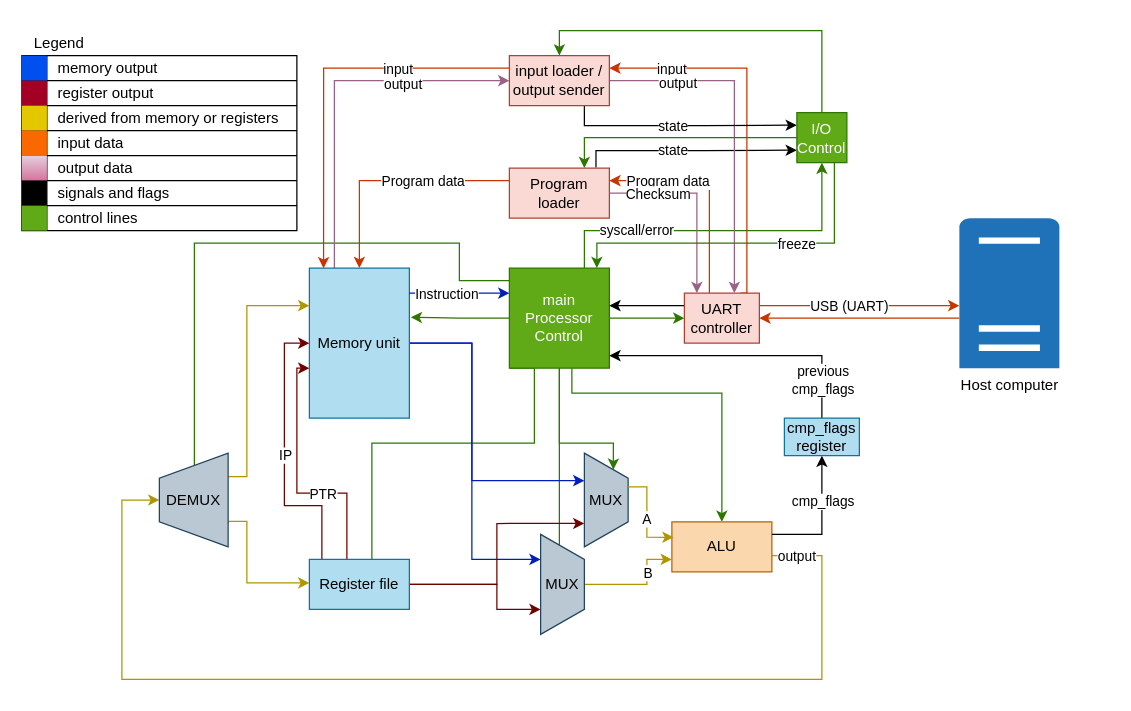
Above: hardware/Hardware diagram.drawio in jacblo/yuda_assembly (draw.io), before the change. Source tidied: cells renumbered, new cells numbered last; positions are measured from the earlier drawing's top-left corner, leaving out a move shared by most shapes. Both pictures are drawn from the tidied source at 125%, with x=0, y=0 at pixel (21, 30).
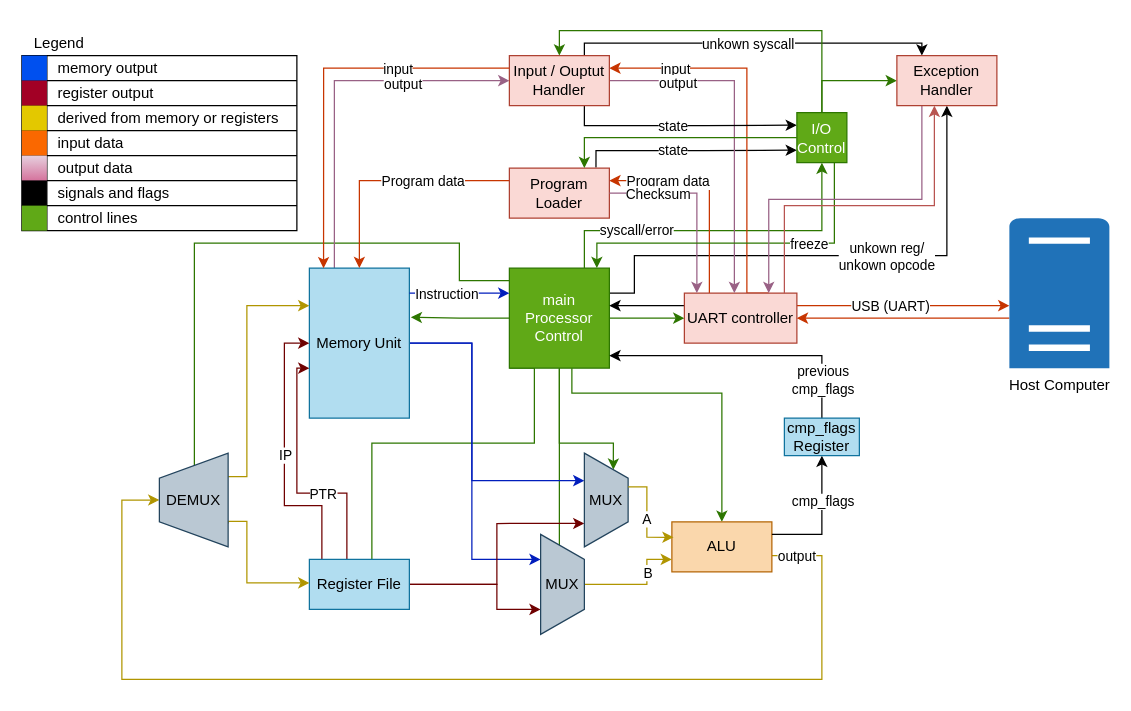
Above is the later version.

Unchanged cells that the change refers to:
```xml
<mxCell id="10" value="&lt;div&gt;main&lt;/div&gt;&lt;div&gt;Processor&lt;/div&gt;&lt;div&gt;&lt;span style=&quot;background-color: initial;&quot;&gt;Control&lt;/span&gt;&lt;/div&gt;" style="whiteSpace=wrap;html=1;fillColor=#60a917;fontColor=#ffffff;strokeColor=#2D7600;" parent="1" vertex="1">
  <mxGeometry x="390" y="190" width="80" height="80" as="geometry" />
</mxCell>
<mxCell id="89" style="edgeStyle=orthogonalEdgeStyle;rounded=0;jettySize=auto;html=1;exitX=0.75;exitY=1;exitDx=0;exitDy=0;fillColor=#60a917;strokeColor=#2D7600;" parent="1" edge="1" source="91">
  <mxGeometry relative="1" as="geometry">
    <mxPoint x="460" y="190" as="targetPoint" />
    <Array as="points">
      <mxPoint x="650" y="170" />
      <mxPoint x="460" y="170" />
      <mxPoint x="460" y="190" />
    </Array>
  </mxGeometry>
</mxCell>
<mxCell id="91" value="I/O&lt;div&gt;Control&lt;/div&gt;" style="whiteSpace=wrap;html=1;fillColor=#60a917;fontColor=#ffffff;strokeColor=#2D7600;" parent="1" vertex="1">
  <mxGeometry x="620" y="65.6" width="40" height="40" as="geometry" />
</mxCell>
```

Diff of the diagram source:
```diff
@@
+    <mxCell id="95" style="edgeStyle=orthogonalEdgeStyle;rounded=0;jettySize=auto;html=1;exitX=1;exitY=0.25;exitDx=0;exitDy=0;entryX=0.5;entryY=1;entryDx=0;entryDy=0;" parent="1" edge="1" source="10" target="101">
+      <mxGeometry relative="1" as="geometry">
+        <Array as="points">
+          <mxPoint x="490" y="210" />
+          <mxPoint x="490" y="180" />
+          <mxPoint x="740" y="180" />
+        </Array>
+      </mxGeometry>
+    </mxCell>
+    <mxCell id="96" value="unkown reg/&lt;div&gt;unkown opcode&lt;/div&gt;" style="edgeLabel;html=1;align=center;verticalAlign=middle;" parent="95" vertex="1">
+      <mxGeometry x="0.25" y="-2" relative="1" as="geometry">
+        <mxPoint x="-12" y="-2" as="offset" />
+      </mxGeometry>
+    </mxCell>
@@
-    <mxCell id="20" value="Memory unit" style="rounded=0;whiteSpace=wrap;html=1;fillColor=#b1ddf0;strokeColor=#10739e;" parent="1" vertex="1">
+    <mxCell id="20" value="Memory Unit" style="rounded=0;whiteSpace=wrap;html=1;fillColor=#b1ddf0;strokeColor=#10739e;" parent="1" vertex="1">
       <mxGeometry x="230" y="190" width="80" height="120" as="geometry" />
     </mxCell>
@@
-    <mxCell id="25" value="Program loader" style="rounded=0;whiteSpace=wrap;html=1;fillColor=#fad9d5;strokeColor=#ae4132;" parent="1" vertex="1">
+    <mxCell id="25" value="Program Loader" style="rounded=0;whiteSpace=wrap;html=1;fillColor=#fad9d5;strokeColor=#ae4132;" parent="1" vertex="1">
       <mxGeometry x="390" y="110" width="80" height="40" as="geometry" />
     </mxCell>
@@
-    <mxCell id="29" style="edgeStyle=orthogonalEdgeStyle;rounded=0;jettySize=auto;html=1;fillColor=#fa6800;strokeColor=#C73500;" parent="1" edge="1" target="44">
+    <mxCell id="29" style="edgeStyle=orthogonalEdgeStyle;rounded=0;jettySize=auto;html=1;fillColor=#fa6800;strokeColor=#C73500;exitX=1;exitY=0.25;exitDx=0;exitDy=0;" parent="1" edge="1" source="33" target="44">
       <mxGeometry relative="1" as="geometry">
-        <mxPoint x="590" y="220" as="sourcePoint" />
         <Array as="points">
-          <mxPoint x="710" y="220" />
-          <mxPoint x="710" y="220" />
+          <mxPoint x="720" y="220" />
+          <mxPoint x="720" y="220" />
         </Array>
       </mxGeometry>
     </mxCell>
@@
     <mxCell id="33" value="UART controller" style="rounded=0;whiteSpace=wrap;html=1;fillColor=#fad9d5;strokeColor=#ae4132;" parent="1" vertex="1">
-      <mxGeometry x="530" y="210" width="60" height="40" as="geometry" />
+      <mxGeometry x="530" y="210" width="90" height="40" as="geometry" />
     </mxCell>
@@
-    <mxCell id="42" value="Register file" style="rounded=0;whiteSpace=wrap;html=1;fillColor=#b1ddf0;strokeColor=#10739e;" parent="1" vertex="1">
+    <mxCell id="42" value="Register File" style="rounded=0;whiteSpace=wrap;html=1;fillColor=#b1ddf0;strokeColor=#10739e;" parent="1" vertex="1">
       <mxGeometry x="230" y="423" width="80" height="40" as="geometry" />
     </mxCell>
@@
-    <mxCell id="44" value="Host computer" style="sketch=0;shadow=0;dashed=0;html=1;strokeColor=none;labelPosition=center;verticalLabelPosition=bottom;verticalAlign=top;outlineConnect=0;align=center;shape=mxgraph.office.servers.physical_host;fillColor=#2072B8;" parent="1" vertex="1">
-      <mxGeometry x="750" y="150" width="80" height="120" as="geometry" />
+    <mxCell id="44" value="Host Computer" style="sketch=0;shadow=0;dashed=0;html=1;strokeColor=none;labelPosition=center;verticalLabelPosition=bottom;verticalAlign=top;outlineConnect=0;align=center;shape=mxgraph.office.servers.physical_host;fillColor=#2072B8;" parent="1" vertex="1">
+      <mxGeometry x="790" y="150" width="80" height="120" as="geometry" />
     </mxCell>
@@
+    <mxCell id="97" style="edgeStyle=orthogonalEdgeStyle;rounded=0;jettySize=auto;html=1;exitX=0.75;exitY=0;exitDx=0;exitDy=0;entryX=0.25;entryY=0;entryDx=0;entryDy=0;" parent="1" edge="1" source="84" target="101">
+      <mxGeometry relative="1" as="geometry">
+        <Array as="points">
+          <mxPoint x="450" y="10" />
+          <mxPoint x="720" y="10" />
+        </Array>
+      </mxGeometry>
+    </mxCell>
+    <mxCell id="98" value="unkown syscall" style="edgeLabel;html=1;align=center;verticalAlign=middle;" parent="97" vertex="1">
+      <mxGeometry x="0.6" y="2" relative="1" as="geometry">
+        <mxPoint x="-92" y="2" as="offset" />
+      </mxGeometry>
+    </mxCell>
-    <mxCell id="84" value="input loader /&lt;div&gt;output sender&lt;/div&gt;" style="rounded=0;whiteSpace=wrap;html=1;fillColor=#fad9d5;strokeColor=#ae4132;" parent="1" vertex="1">
+    <mxCell id="84" value="Input / Ouptut&lt;div&gt;Handler&lt;/div&gt;" style="rounded=0;whiteSpace=wrap;html=1;fillColor=#fad9d5;strokeColor=#ae4132;" parent="1" vertex="1">
       <mxGeometry x="390" y="20" width="80" height="40" as="geometry" />
     </mxCell>
@@
     <mxCell id="90" value="freeze" style="edgeLabel;html=1;align=center;verticalAlign=middle;" parent="89" vertex="1">
       <mxGeometry x="-0.4" relative="1" as="geometry">
-        <mxPoint x="-13" as="offset" />
+        <mxPoint x="-3" as="offset" />
       </mxGeometry>
     </mxCell>
+    <mxCell id="99" style="edgeStyle=orthogonalEdgeStyle;rounded=0;jettySize=auto;html=1;entryX=0;entryY=0.5;entryDx=0;entryDy=0;fillColor=#60a917;strokeColor=#2D7600;" parent="1" edge="1" source="91" target="101">
+      <mxGeometry relative="1" as="geometry">
+        <Array as="points">
+          <mxPoint x="640" y="40" />
+        </Array>
+      </mxGeometry>
+    </mxCell>
@@
-    <mxCell id="94" value="cmp_flags&lt;div&gt;register&lt;/div&gt;" style="rounded=0;whiteSpace=wrap;html=1;fillColor=#b1ddf0;strokeColor=#10739e;" parent="1" vertex="1">
+    <mxCell id="94" value="cmp_flags&lt;div&gt;Register&lt;/div&gt;" style="rounded=0;whiteSpace=wrap;html=1;fillColor=#b1ddf0;strokeColor=#10739e;" parent="1" vertex="1">
       <mxGeometry x="610" y="310" width="60" height="30" as="geometry" />
     </mxCell>
+    <mxCell id="100" style="edgeStyle=orthogonalEdgeStyle;rounded=0;jettySize=auto;html=1;exitX=0.25;exitY=1;exitDx=0;exitDy=0;entryX=0.75;entryY=0;entryDx=0;entryDy=0;fillColor=#e6d0de;gradientColor=#d5739d;strokeColor=#996185;" parent="1" edge="1" source="101" target="33">
+      <mxGeometry relative="1" as="geometry" />
+    </mxCell>
+    <mxCell id="101" value="Exception Handler" style="rounded=0;whiteSpace=wrap;html=1;fillColor=#fad9d5;strokeColor=#ae4132;" parent="1" vertex="1">
+      <mxGeometry x="700" y="20" width="80" height="40" as="geometry" />
+    </mxCell>
+    <mxCell id="102" style="edgeStyle=orthogonalEdgeStyle;rounded=0;orthogonalLoop=1;jettySize=auto;html=1;fillColor=#f8cecc;strokeColor=#b85450;" parent="1" edge="1">
+      <mxGeometry relative="1" as="geometry">
+        <mxPoint x="610" y="210" as="sourcePoint" />
+        <mxPoint x="730" y="60" as="targetPoint" />
+        <Array as="points">
+          <mxPoint x="610" y="210" />
+          <mxPoint x="610" y="140" />
+          <mxPoint x="730" y="140" />
+        </Array>
+      </mxGeometry>
+    </mxCell>
```
